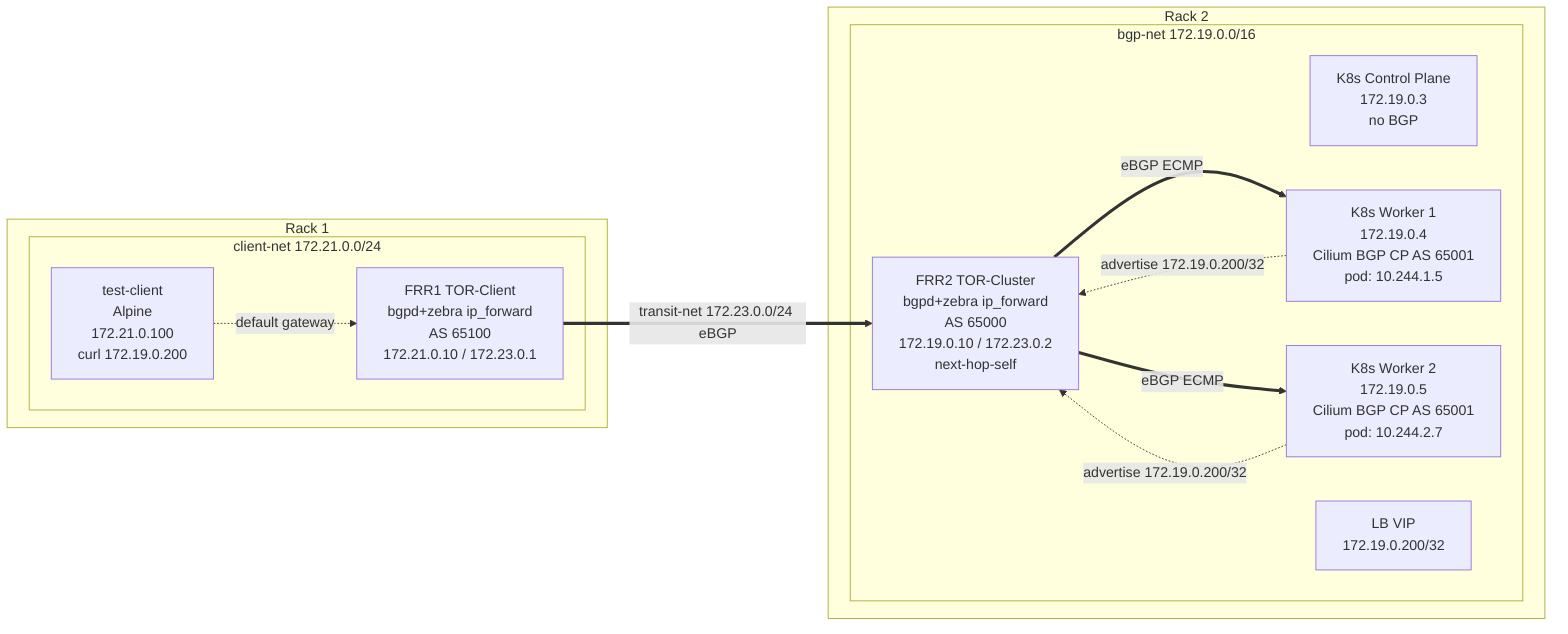
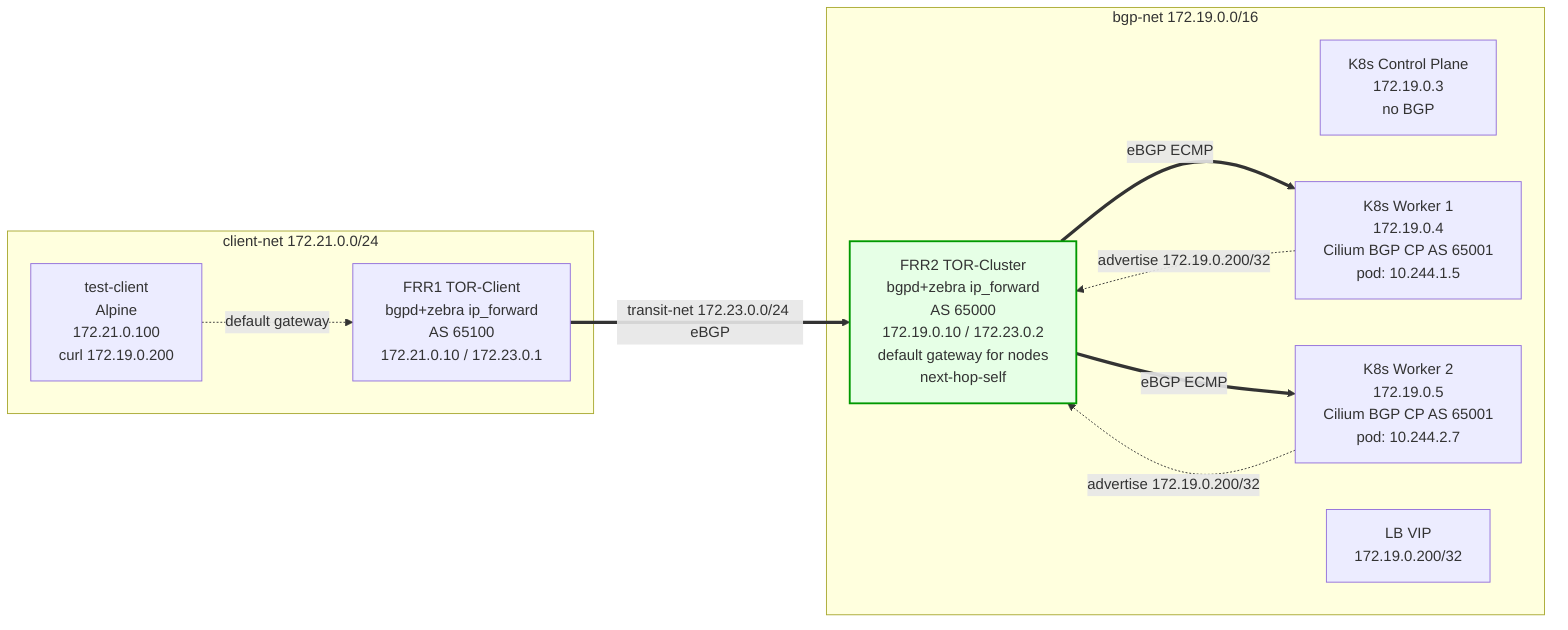
graph LR
-     subgraph R1["Rack 1"]
-         subgraph CN["client-net 172.21.0.0/24"]
-             CL["test-client
-                 Alpine
-                 172.21.0.100
-                 curl 172.19.0.200"]
-             F1["FRR1 TOR-Client
-                 bgpd+zebra ip_forward
-                 AS 65100
-                 172.21.0.10 / 172.23.0.1"]
-         end
+     subgraph CN["client-net 172.21.0.0/24"]
+         CL["test-client
+             Alpine
+             172.21.0.100
+             curl 172.19.0.200"]
+         F1["FRR1 TOR-Client
+             bgpd+zebra ip_forward
+             AS 65100
+             172.21.0.10 / 172.23.0.1"]
    end

    F1 ==>|transit-net 172.23.0.0/24 eBGP| F2

-     subgraph R2["Rack 2"]
-         subgraph BN["bgp-net 172.19.0.0/16"]
-             F2["FRR2 TOR-Cluster
-                 bgpd+zebra ip_forward
-                 AS 65000
-                 172.19.0.10 / 172.23.0.2
-                 next-hop-self"]
-             CP["K8s Control Plane
-                 172.19.0.3
-                 no BGP"]
-             WK["K8s Worker 1
-                 172.19.0.4
-                 Cilium BGP CP AS 65001
-                 pod: 10.244.1.5"]
-             WK2["K8s Worker 2
-                 172.19.0.5
-                 Cilium BGP CP AS 65001
-                 pod: 10.244.2.7"]
-             LB["LB VIP
-                 172.19.0.200/32"]
-         end
+     subgraph BN["bgp-net 172.19.0.0/16"]
+         F2["FRR2 TOR-Cluster
+             bgpd+zebra ip_forward
+             AS 65000
+             172.19.0.10 / 172.23.0.2
+             default gateway for nodes
+             next-hop-self"]
+         CP["K8s Control Plane
+             172.19.0.3
+             no BGP"]
+         WK["K8s Worker 1
+             172.19.0.4
+             Cilium BGP CP AS 65001
+             pod: 10.244.1.5"]
+         WK2["K8s Worker 2
+             172.19.0.5
+             Cilium BGP CP AS 65001
+             pod: 10.244.2.7"]
+         LB["LB VIP
+             172.19.0.200/32"]
    end

    F2 ==>|eBGP ECMP| WK
    F2 ==>|eBGP ECMP| WK2

    WK -.->|advertise 172.19.0.200/32| F2
    WK2 -.->|advertise 172.19.0.200/32| F2

    CL -.->|default gateway| F1
+ 
+     style F2 fill:#e6ffe6,stroke:#090,stroke-width:2px
